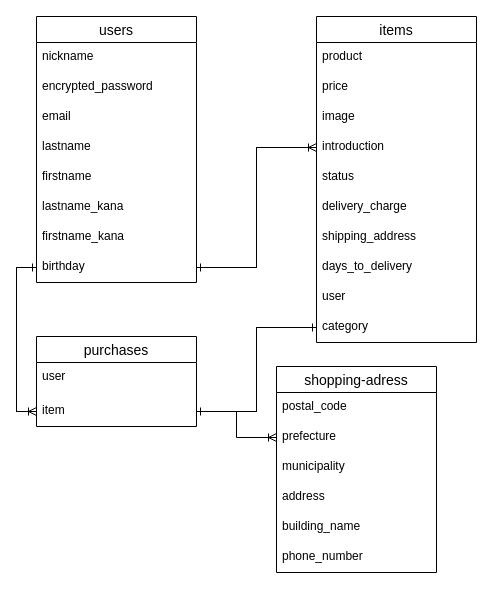
Earlier version of the draw.io diagram furima.dio (shiori0221/furima-35917). Source tidied: cells renumbered, new cells numbered last; positions are measured from the earlier drawing's top-left corner, leaving out a move shared by most shapes. Both pictures are drawn from the tidied source at 100%, with x=0, y=0 at pixel (36, 16).
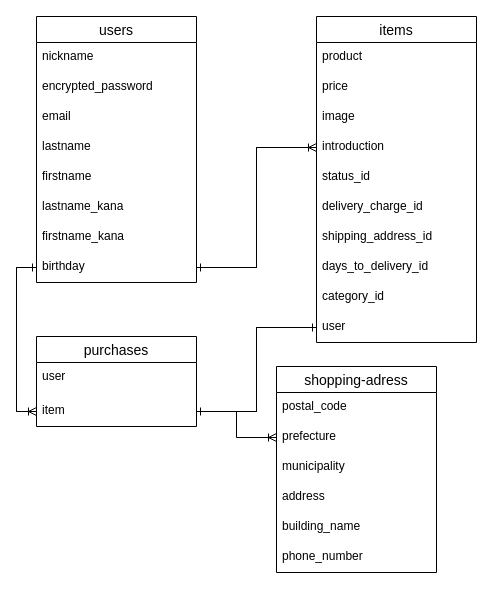
The same diagram, later.

Commit message (it also covers changes not shown here):
itemsテーブルの修正

The change refers to these unchanged cells:
```xml
<mxCell id="11" value="items" style="swimlane;fontStyle=0;horizontal=1;startSize=26;align=center;fontSize=14;" parent="1" vertex="1">
  <mxGeometry x="280" width="160" height="326" as="geometry" />
</mxCell>
```

Change to the diagram source:
```diff
@@
-    <mxCell id="16" value="status" style="text;strokeColor=none;fillColor=none;spacingLeft=4;spacingRight=4;overflow=hidden;fontSize=12;" parent="11" vertex="1">
+    <mxCell id="16" value="status_id" style="text;strokeColor=none;fillColor=none;spacingLeft=4;spacingRight=4;overflow=hidden;fontSize=12;" parent="11" vertex="1">
       <mxGeometry y="146" width="160" height="30" as="geometry" />
     </mxCell>
-    <mxCell id="17" value="delivery_charge" style="text;strokeColor=none;fillColor=none;spacingLeft=4;spacingRight=4;overflow=hidden;fontSize=12;" parent="11" vertex="1">
+    <mxCell id="17" value="delivery_charge_id" style="text;strokeColor=none;fillColor=none;spacingLeft=4;spacingRight=4;overflow=hidden;fontSize=12;" parent="11" vertex="1">
       <mxGeometry y="176" width="160" height="30" as="geometry" />
     </mxCell>
-    <mxCell id="18" value="shipping_address" style="text;strokeColor=none;fillColor=none;spacingLeft=4;spacingRight=4;overflow=hidden;fontSize=12;" parent="11" vertex="1">
+    <mxCell id="18" value="shipping_address_id" style="text;strokeColor=none;fillColor=none;spacingLeft=4;spacingRight=4;overflow=hidden;fontSize=12;" parent="11" vertex="1">
       <mxGeometry y="206" width="160" height="30" as="geometry" />
     </mxCell>
-    <mxCell id="19" value="days_to_delivery" style="text;strokeColor=none;fillColor=none;spacingLeft=4;spacingRight=4;overflow=hidden;fontSize=12;" parent="11" vertex="1">
+    <mxCell id="19" value="days_to_delivery_id" style="text;strokeColor=none;fillColor=none;spacingLeft=4;spacingRight=4;overflow=hidden;fontSize=12;" parent="11" vertex="1">
       <mxGeometry y="236" width="160" height="30" as="geometry" />
     </mxCell>
-    <mxCell id="20" value="user" style="text;strokeColor=none;fillColor=none;spacingLeft=4;spacingRight=4;overflow=hidden;fontSize=12;" parent="11" vertex="1">
+    <mxCell id="20" value="category_id" style="text;strokeColor=none;fillColor=none;spacingLeft=4;spacingRight=4;overflow=hidden;fontSize=12;" parent="11" vertex="1">
       <mxGeometry y="266" width="160" height="30" as="geometry" />
     </mxCell>
-    <mxCell id="21" value="category" style="text;strokeColor=none;fillColor=none;spacingLeft=4;spacingRight=4;overflow=hidden;points=[[0,0.5],[1,0.5]];portConstraint=eastwest;fontSize=12;" parent="11" vertex="1">
+    <mxCell id="21" value="user" style="text;strokeColor=none;fillColor=none;spacingLeft=4;spacingRight=4;overflow=hidden;points=[[0,0.5],[1,0.5]];portConstraint=eastwest;fontSize=12;" parent="11" vertex="1">
       <mxGeometry y="296" width="160" height="30" as="geometry" />
     </mxCell>
```
